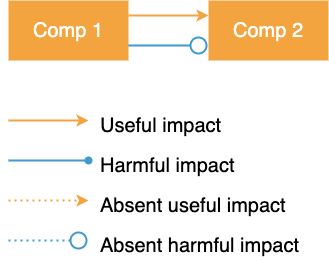
Before: Neurotechnologies_and_TRIZ/IM_notation.png, a diagram exported from draw.io (max-talanov/1). Source tidied: cells renumbered, new cells last; positions are measured from the earlier drawing's top-left corner, leaving out a move shared by most shapes.
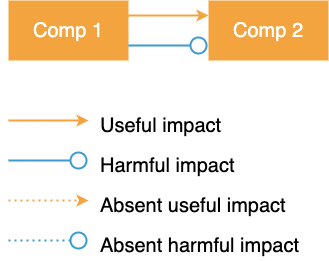
The same file after the commit.

Commit message:
TRIZ:ARIZ comlpeted 1

Change to the diagram source:
```diff
@@ -20,7 +20,7 @@
     <mxCell id="6" value="Useful impact" style="text;html=1;strokeColor=none;fillColor=none;align=left;verticalAlign=middle;whiteSpace=wrap;rounded=0;fontSize=20;" parent="1" vertex="1">
       <mxGeometry x="90" y="110" width="130" height="30" as="geometry" />
     </mxCell>
-    <mxCell id="7" style="rounded=0;orthogonalLoop=1;jettySize=auto;html=1;fontSize=20;endArrow=oval;endFill=1;fillColor=#f8cecc;strokeColor=#3E9ACF;strokeWidth=2;" parent="1" edge="1">
+    <mxCell id="7" style="rounded=0;orthogonalLoop=1;jettySize=auto;html=1;fontSize=20;endArrow=circle;endFill=0;fillColor=#f8cecc;strokeColor=#3E9ACF;strokeWidth=2;" parent="1" edge="1">
       <mxGeometry relative="1" as="geometry">
         <mxPoint y="160" as="sourcePoint" />
         <mxPoint x="80" y="160" as="targetPoint" />
```
